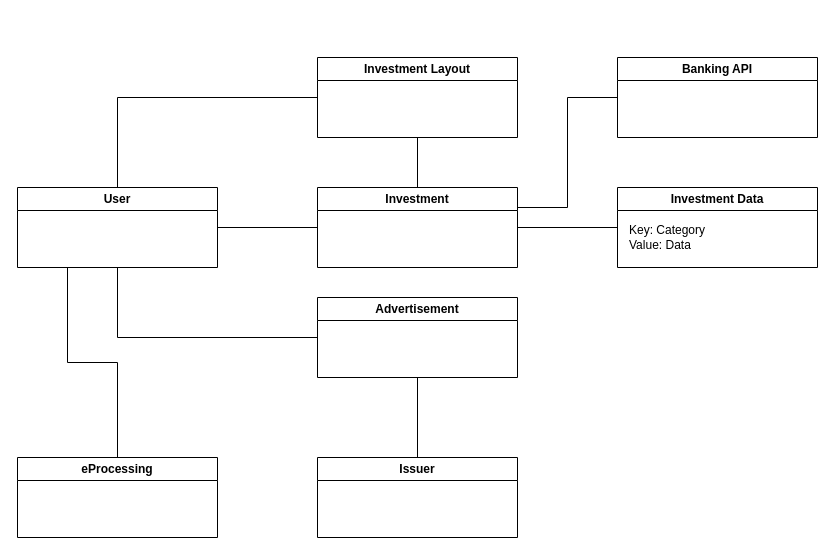
This is artifacts/Domain_Model.drawio from luca-engels-eprocessing/OneFolio, a draw.io file, before an edit. Source tidied: cells renumbered, new cells numbered last; positions are measured from the earlier drawing's top-left corner, leaving out a move shared by most shapes. Both pictures are drawn from the tidied source at 100%, with x=0, y=0 at pixel (17, 57).
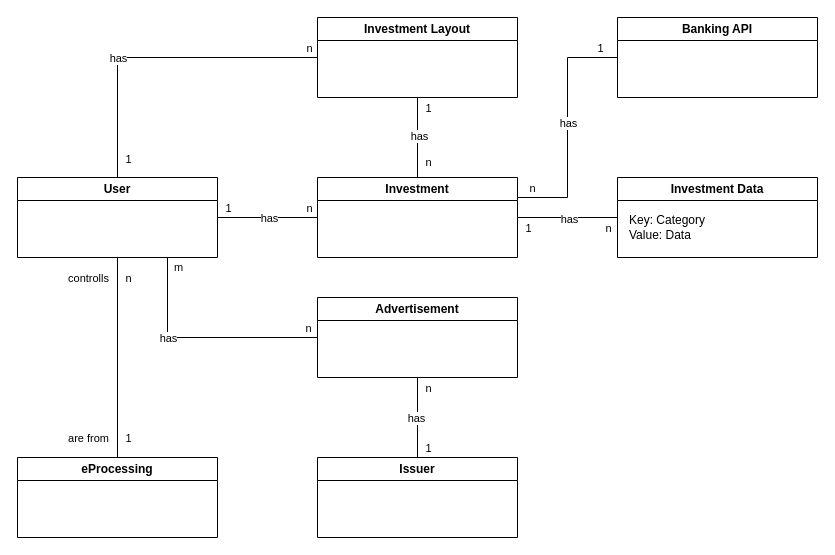
After the change.

Unchanged cells that the change refers to:
```xml
<mxCell id="2" style="edgeStyle=orthogonalEdgeStyle;rounded=0;jettySize=auto;html=1;strokeColor=default;endArrow=none;endFill=0;entryX=0;entryY=0.5;entryDx=0;entryDy=0;" parent="1" edge="1" source="4" target="7">
  <mxGeometry relative="1" as="geometry" />
</mxCell>
<mxCell id="5" style="edgeStyle=orthogonalEdgeStyle;rounded=0;jettySize=auto;html=1;endArrow=none;endFill=0;entryX=0;entryY=0.5;entryDx=0;entryDy=0;" parent="1" edge="1" source="7" target="8">
  <mxGeometry relative="1" as="geometry" />
</mxCell>
<mxCell id="6" style="edgeStyle=orthogonalEdgeStyle;rounded=0;jettySize=auto;html=1;entryX=0.5;entryY=1;entryDx=0;entryDy=0;strokeColor=default;align=center;verticalAlign=middle;fontFamily=Helvetica;fontSize=11;fontColor=default;labelBackgroundColor=default;endArrow=none;endFill=0;" parent="1" edge="1" source="7" target="10">
  <mxGeometry relative="1" as="geometry" />
</mxCell>
<mxCell id="11" style="edgeStyle=orthogonalEdgeStyle;rounded=0;jettySize=auto;html=1;entryX=0.5;entryY=1;entryDx=0;entryDy=0;endArrow=none;endFill=0;" parent="1" edge="1" source="12" target="16">
  <mxGeometry relative="1" as="geometry" />
</mxCell>
<mxCell id="14" value="eProcessing" style="swimlane;whiteSpace=wrap;html=1;" parent="1" vertex="1">
  <mxGeometry y="400" width="200" height="80" as="geometry" />
</mxCell>
<mxCell id="16" value="Advertisement" style="swimlane;whiteSpace=wrap;html=1;" parent="1" vertex="1">
  <mxGeometry x="300" y="240" width="200" height="80" as="geometry" />
</mxCell>
<mxCell id="17" style="edgeStyle=orthogonalEdgeStyle;rounded=0;jettySize=auto;html=1;entryX=1;entryY=0.25;entryDx=0;entryDy=0;strokeColor=default;align=center;verticalAlign=middle;fontFamily=Helvetica;fontSize=11;fontColor=default;labelBackgroundColor=default;endArrow=none;endFill=0;" parent="1" edge="1" source="18" target="7">
  <mxGeometry relative="1" as="geometry" />
</mxCell>
```

Diff of the diagram source:
```diff
@@
+    <mxCell id="19" value="has" style="edgeLabel;html=1;align=center;verticalAlign=middle;fontFamily=Helvetica;fontSize=11;fontColor=default;labelBackgroundColor=default;" parent="2" vertex="1">
+      <mxGeometry x="-0.29" y="-1" relative="1" as="geometry">
+        <mxPoint x="15" y="-1" as="offset" />
+      </mxGeometry>
+    </mxCell>
+    <mxCell id="20" value="1" style="edgeLabel;html=1;align=center;verticalAlign=middle;fontFamily=Helvetica;fontSize=11;fontColor=default;labelBackgroundColor=default;" parent="2" vertex="1">
+      <mxGeometry x="0.58" y="1" relative="1" as="geometry">
+        <mxPoint x="-69" y="-9" as="offset" />
+      </mxGeometry>
+    </mxCell>
+    <mxCell id="21" value="n" style="edgeLabel;html=1;align=center;verticalAlign=middle;fontFamily=Helvetica;fontSize=11;fontColor=default;labelBackgroundColor=default;" parent="2" vertex="1">
+      <mxGeometry x="0.51" y="1" relative="1" as="geometry">
+        <mxPoint x="15" y="-9" as="offset" />
+      </mxGeometry>
+    </mxCell>
     <mxCell id="3" style="edgeStyle=orthogonalEdgeStyle;rounded=0;jettySize=auto;html=1;entryX=0;entryY=0.5;entryDx=0;entryDy=0;strokeColor=default;align=center;verticalAlign=middle;fontFamily=Helvetica;fontSize=11;fontColor=default;labelBackgroundColor=default;endArrow=none;endFill=0;" parent="1" edge="1" source="4" target="10">
       <mxGeometry relative="1" as="geometry">
         <Array as="points">
-          <mxPoint x="100" y="40" />
+          <mxPoint x="100" />
         </Array>
       </mxGeometry>
     </mxCell>
+    <mxCell id="22" value="has" style="edgeLabel;html=1;align=center;verticalAlign=middle;fontFamily=Helvetica;fontSize=11;fontColor=default;labelBackgroundColor=default;" parent="3" vertex="1">
+      <mxGeometry x="-0.88" y="-1" relative="1" as="geometry">
+        <mxPoint x="-1" y="-101" as="offset" />
+      </mxGeometry>
+    </mxCell>
+    <mxCell id="23" value="n" style="edgeLabel;html=1;align=center;verticalAlign=middle;fontFamily=Helvetica;fontSize=11;fontColor=default;labelBackgroundColor=default;" parent="3" vertex="1">
+      <mxGeometry x="0.91" relative="1" as="geometry">
+        <mxPoint x="5" y="-10" as="offset" />
+      </mxGeometry>
+    </mxCell>
+    <mxCell id="24" value="1" style="edgeLabel;html=1;align=center;verticalAlign=middle;fontFamily=Helvetica;fontSize=11;fontColor=default;labelBackgroundColor=default;" parent="3" vertex="1">
+      <mxGeometry x="-0.88" y="-1" relative="1" as="geometry">
+        <mxPoint x="9" as="offset" />
+      </mxGeometry>
+    </mxCell>
     <mxCell id="4" value="User" style="swimlane;whiteSpace=wrap;html=1;" parent="1" vertex="1">
-      <mxGeometry y="130" width="200" height="80" as="geometry" />
+      <mxGeometry y="120" width="200" height="80" as="geometry" />
     </mxCell>
@@
+    <mxCell id="25" value="1" style="edgeLabel;html=1;align=center;verticalAlign=middle;fontFamily=Helvetica;fontSize=11;fontColor=default;labelBackgroundColor=default;" parent="5" vertex="1">
+      <mxGeometry x="0.32" y="-2" relative="1" as="geometry">
+        <mxPoint x="-56" y="8" as="offset" />
+      </mxGeometry>
+    </mxCell>
+    <mxCell id="26" value="n" style="edgeLabel;html=1;align=center;verticalAlign=middle;fontFamily=Helvetica;fontSize=11;fontColor=default;labelBackgroundColor=default;" parent="5" vertex="1">
+      <mxGeometry x="0.02" y="-2" relative="1" as="geometry">
+        <mxPoint x="39" y="8" as="offset" />
+      </mxGeometry>
+    </mxCell>
+    <mxCell id="27" value="has" style="edgeLabel;html=1;align=center;verticalAlign=middle;fontFamily=Helvetica;fontSize=11;fontColor=default;labelBackgroundColor=default;" parent="5" vertex="1">
+      <mxGeometry x="0.02" y="-1" relative="1" as="geometry" />
+    </mxCell>
@@
+    <mxCell id="28" value="has" style="edgeLabel;html=1;align=center;verticalAlign=middle;fontFamily=Helvetica;fontSize=11;fontColor=default;labelBackgroundColor=default;" parent="6" vertex="1">
+      <mxGeometry x="0.06" y="-1" relative="1" as="geometry" />
+    </mxCell>
+    <mxCell id="29" value="1" style="edgeLabel;html=1;align=center;verticalAlign=middle;fontFamily=Helvetica;fontSize=11;fontColor=default;labelBackgroundColor=default;" parent="6" vertex="1">
+      <mxGeometry x="0.61" y="-1" relative="1" as="geometry">
+        <mxPoint x="9" y="-6" as="offset" />
+      </mxGeometry>
+    </mxCell>
+    <mxCell id="30" value="n" style="edgeLabel;html=1;align=center;verticalAlign=middle;fontFamily=Helvetica;fontSize=11;fontColor=default;labelBackgroundColor=default;" parent="6" vertex="1">
+      <mxGeometry x="-0.6" y="-2" relative="1" as="geometry">
+        <mxPoint x="8" as="offset" />
+      </mxGeometry>
+    </mxCell>
     <mxCell id="7" value="Investment" style="swimlane;whiteSpace=wrap;html=1;" parent="1" vertex="1">
-      <mxGeometry x="300" y="130" width="200" height="80" as="geometry" />
+      <mxGeometry x="300" y="120" width="200" height="80" as="geometry" />
     </mxCell>
     <mxCell id="8" value="Investment Data" style="swimlane;whiteSpace=wrap;html=1;" parent="1" vertex="1">
-      <mxGeometry x="600" y="130" width="200" height="80" as="geometry" />
+      <mxGeometry x="600" y="120" width="200" height="80" as="geometry" />
     </mxCell>
@@
     <mxCell id="10" value="Investment Layout" style="swimlane;whiteSpace=wrap;html=1;" parent="1" vertex="1">
-      <mxGeometry x="300" width="200" height="80" as="geometry" />
+      <mxGeometry x="300" y="-40" width="200" height="80" as="geometry" />
     </mxCell>
@@
+    <mxCell id="31" value="1" style="edgeLabel;html=1;align=center;verticalAlign=middle;fontFamily=Helvetica;fontSize=11;fontColor=default;labelBackgroundColor=default;" parent="11" vertex="1">
+      <mxGeometry x="0.25" y="1" relative="1" as="geometry">
+        <mxPoint x="11" y="40" as="offset" />
+      </mxGeometry>
+    </mxCell>
+    <mxCell id="32" value="n" style="edgeLabel;html=1;align=center;verticalAlign=middle;fontFamily=Helvetica;fontSize=11;fontColor=default;labelBackgroundColor=default;" parent="11" vertex="1">
+      <mxGeometry x="0.65" y="2" relative="1" as="geometry">
+        <mxPoint x="12" y="-4" as="offset" />
+      </mxGeometry>
+    </mxCell>
+    <mxCell id="33" value="has" style="edgeLabel;html=1;align=center;verticalAlign=middle;fontFamily=Helvetica;fontSize=11;fontColor=default;labelBackgroundColor=default;" parent="11" vertex="1">
+      <mxGeometry x="0.23" y="2" relative="1" as="geometry">
+        <mxPoint y="9" as="offset" />
+      </mxGeometry>
+    </mxCell>
@@
-    <mxCell id="13" style="edgeStyle=orthogonalEdgeStyle;rounded=0;jettySize=auto;html=1;entryX=0.25;entryY=1;entryDx=0;entryDy=0;strokeColor=default;align=center;verticalAlign=middle;fontFamily=Helvetica;fontSize=11;fontColor=default;labelBackgroundColor=default;endArrow=none;endFill=0;" parent="1" edge="1" source="14" target="4">
+    <mxCell id="13" style="edgeStyle=orthogonalEdgeStyle;rounded=0;jettySize=auto;html=1;entryX=0.5;entryY=1;entryDx=0;entryDy=0;strokeColor=default;align=center;verticalAlign=middle;fontFamily=Helvetica;fontSize=11;fontColor=default;labelBackgroundColor=default;endArrow=none;endFill=0;" parent="1" edge="1" source="14" target="4">
       <mxGeometry relative="1" as="geometry" />
     </mxCell>
+    <mxCell id="34" value="n" style="edgeLabel;html=1;align=center;verticalAlign=middle;fontFamily=Helvetica;fontSize=11;fontColor=default;labelBackgroundColor=default;" parent="13" vertex="1">
+      <mxGeometry x="0.13" relative="1" as="geometry">
+        <mxPoint x="10" y="-67" as="offset" />
+      </mxGeometry>
+    </mxCell>
+    <mxCell id="35" value="1" style="edgeLabel;html=1;align=center;verticalAlign=middle;fontFamily=Helvetica;fontSize=11;fontColor=default;labelBackgroundColor=default;" parent="13" vertex="1">
+      <mxGeometry x="-0.73" y="-1" relative="1" as="geometry">
+        <mxPoint x="9" y="7" as="offset" />
+      </mxGeometry>
+    </mxCell>
+    <mxCell id="36" value="are from" style="edgeLabel;html=1;align=center;verticalAlign=middle;fontFamily=Helvetica;fontSize=11;fontColor=default;labelBackgroundColor=default;" parent="13" vertex="1">
+      <mxGeometry x="-0.06" y="1" relative="1" as="geometry">
+        <mxPoint x="-29" y="74" as="offset" />
+      </mxGeometry>
+    </mxCell>
+    <mxCell id="37" value="controlls" style="edgeLabel;html=1;align=center;verticalAlign=middle;fontFamily=Helvetica;fontSize=11;fontColor=default;labelBackgroundColor=default;" parent="13" vertex="1">
+      <mxGeometry x="0.15" relative="1" as="geometry">
+        <mxPoint x="-30" y="-65" as="offset" />
+      </mxGeometry>
+    </mxCell>
@@
-    <mxCell id="15" style="edgeStyle=orthogonalEdgeStyle;rounded=0;jettySize=auto;html=1;entryX=0.5;entryY=1;entryDx=0;entryDy=0;strokeColor=default;align=center;verticalAlign=middle;fontFamily=Helvetica;fontSize=11;fontColor=default;labelBackgroundColor=default;endArrow=none;endFill=0;" parent="1" edge="1" source="16" target="4">
+    <mxCell id="15" style="edgeStyle=orthogonalEdgeStyle;rounded=0;jettySize=auto;html=1;entryX=0.75;entryY=1;entryDx=0;entryDy=0;strokeColor=default;align=center;verticalAlign=middle;fontFamily=Helvetica;fontSize=11;fontColor=default;labelBackgroundColor=default;endArrow=none;endFill=0;" parent="1" edge="1" source="16" target="4">
       <mxGeometry relative="1" as="geometry" />
     </mxCell>
+    <mxCell id="38" value="n" style="edgeLabel;html=1;align=center;verticalAlign=middle;fontFamily=Helvetica;fontSize=11;fontColor=default;labelBackgroundColor=default;" parent="15" vertex="1">
+      <mxGeometry x="0.8" y="1" relative="1" as="geometry">
+        <mxPoint x="141" y="47" as="offset" />
+      </mxGeometry>
+    </mxCell>
+    <mxCell id="39" value="m" style="edgeLabel;html=1;align=center;verticalAlign=middle;fontFamily=Helvetica;fontSize=11;fontColor=default;labelBackgroundColor=default;" parent="15" vertex="1">
+      <mxGeometry x="0.92" relative="1" as="geometry">
+        <mxPoint x="10" as="offset" />
+      </mxGeometry>
+    </mxCell>
+    <mxCell id="40" value="has" style="edgeLabel;html=1;align=center;verticalAlign=middle;fontFamily=Helvetica;fontSize=11;fontColor=default;labelBackgroundColor=default;" parent="15" vertex="1">
+      <mxGeometry x="0.03" relative="1" as="geometry">
+        <mxPoint x="-32" as="offset" />
+      </mxGeometry>
+    </mxCell>
@@
+    <mxCell id="41" value="has" style="edgeLabel;html=1;align=center;verticalAlign=middle;fontFamily=Helvetica;fontSize=11;fontColor=default;labelBackgroundColor=default;" parent="17" vertex="1">
+      <mxGeometry x="-0.25" relative="1" as="geometry">
+        <mxPoint y="25" as="offset" />
+      </mxGeometry>
+    </mxCell>
+    <mxCell id="42" value="1" style="edgeLabel;html=1;align=center;verticalAlign=middle;fontFamily=Helvetica;fontSize=11;fontColor=default;labelBackgroundColor=default;" parent="17" vertex="1">
+      <mxGeometry x="-0.62" y="4" relative="1" as="geometry">
+        <mxPoint x="28" y="-14" as="offset" />
+      </mxGeometry>
+    </mxCell>
+    <mxCell id="43" value="n" style="edgeLabel;html=1;align=center;verticalAlign=middle;fontFamily=Helvetica;fontSize=11;fontColor=default;labelBackgroundColor=default;" parent="17" vertex="1">
+      <mxGeometry x="0.82" relative="1" as="geometry">
+        <mxPoint x="-8" y="-10" as="offset" />
+      </mxGeometry>
+    </mxCell>
     <mxCell id="18" value="Banking API" style="swimlane;whiteSpace=wrap;html=1;" parent="1" vertex="1">
-      <mxGeometry x="600" width="200" height="80" as="geometry" />
+      <mxGeometry x="600" y="-40" width="200" height="80" as="geometry" />
     </mxCell>
```
